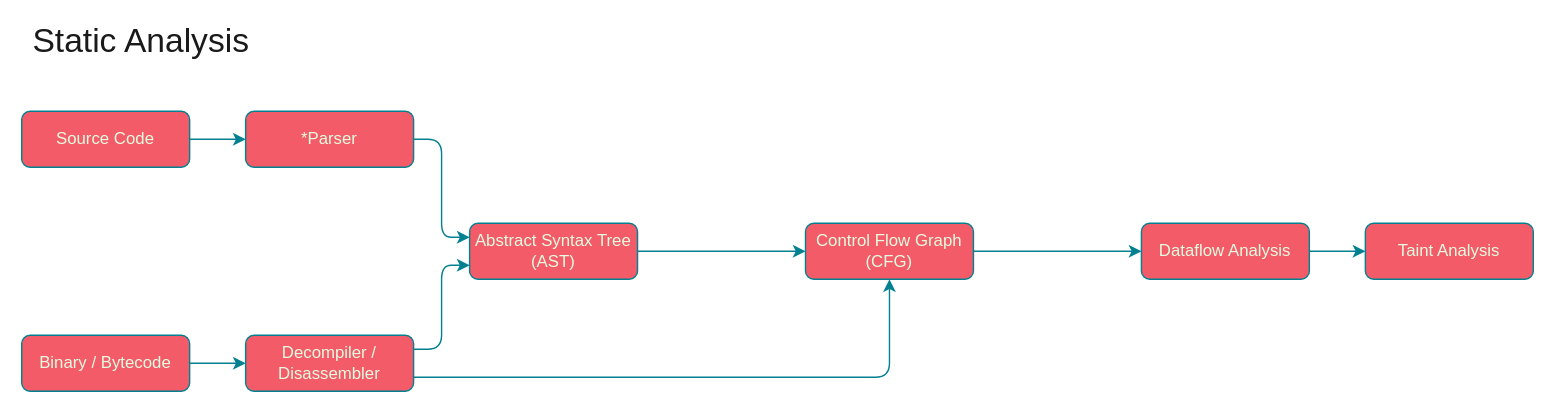
Earlier version of the draw.io export presentations/2021-09-Defcon44131/assets/static-code-analysis-pipelines.svg (GeekMasher/presentations). Source tidied: cells renumbered, new cells last; positions are measured from the earlier drawing's top-left corner, leaving out a move shared by most shapes. Its diagram source:
```xml
<mxGraphModel background="#114B5F">
  <root>
    <mxCell id="0" />
    <mxCell id="1" parent="0" />
    <mxCell id="2" style="edgeStyle=orthogonalEdgeStyle;curved=0;rounded=1;sketch=0;jettySize=auto;html=1;exitX=1;exitY=0.5;exitDx=0;exitDy=0;entryX=0;entryY=0.5;entryDx=0;entryDy=0;fontColor=#E4FDE1;strokeColor=#028090;fillColor=#F45B69;" parent="1" edge="1" source="3" target="15">
      <mxGeometry relative="1" as="geometry" />
    </mxCell>
    <mxCell id="3" value="Source Code" style="rounded=1;whiteSpace=wrap;html=1;sketch=0;fillColor=#F45B69;strokeColor=#028090;fontColor=#E4FDE1;" parent="1" vertex="1">
      <mxGeometry y="60" width="120" height="40" as="geometry" />
    </mxCell>
    <mxCell id="4" style="edgeStyle=orthogonalEdgeStyle;curved=0;rounded=1;sketch=0;jettySize=auto;html=1;exitX=1;exitY=0.5;exitDx=0;exitDy=0;entryX=0;entryY=0.5;entryDx=0;entryDy=0;fontColor=#E4FDE1;strokeColor=#028090;fillColor=#F45B69;labelBackgroundColor=#114B5F;" parent="1" edge="1" source="5" target="7">
      <mxGeometry relative="1" as="geometry" />
    </mxCell>
    <mxCell id="5" value="Abstract Syntax Tree&lt;br&gt;(AST)" style="rounded=1;whiteSpace=wrap;html=1;sketch=0;fillColor=#F45B69;strokeColor=#028090;fontColor=#E4FDE1;" parent="1" vertex="1">
      <mxGeometry x="320" y="140" width="120" height="40" as="geometry" />
    </mxCell>
    <mxCell id="6" style="edgeStyle=orthogonalEdgeStyle;curved=0;rounded=1;sketch=0;jettySize=auto;html=1;entryX=0;entryY=0.5;entryDx=0;entryDy=0;fontColor=#E4FDE1;strokeColor=#028090;fillColor=#F45B69;exitX=1;exitY=0.5;exitDx=0;exitDy=0;labelBackgroundColor=#114B5F;" parent="1" edge="1" source="10" target="9">
      <mxGeometry relative="1" as="geometry" />
    </mxCell>
    <mxCell id="7" value="Control Flow Graph&lt;br&gt;(CFG)" style="rounded=1;whiteSpace=wrap;html=1;sketch=0;fillColor=#F45B69;strokeColor=#028090;fontColor=#E4FDE1;" parent="1" vertex="1">
      <mxGeometry x="560" y="140" width="120" height="40" as="geometry" />
    </mxCell>
    <mxCell id="8" style="edgeStyle=orthogonalEdgeStyle;curved=0;rounded=1;sketch=0;jettySize=auto;html=1;exitX=1;exitY=0.5;exitDx=0;exitDy=0;entryX=0;entryY=0.5;entryDx=0;entryDy=0;fontColor=#E4FDE1;strokeColor=#028090;fillColor=#F45B69;labelBackgroundColor=#114B5F;" parent="1" edge="1" source="7" target="10">
      <mxGeometry relative="1" as="geometry" />
    </mxCell>
    <mxCell id="9" value="Taint Analysis" style="rounded=1;whiteSpace=wrap;html=1;sketch=0;fillColor=#F45B69;strokeColor=#028090;fontColor=#E4FDE1;" parent="1" vertex="1">
      <mxGeometry x="960" y="140" width="120" height="40" as="geometry" />
    </mxCell>
    <mxCell id="10" value="Dataflow Analysis" style="rounded=1;whiteSpace=wrap;html=1;sketch=0;fillColor=#F45B69;strokeColor=#028090;fontColor=#E4FDE1;" parent="1" vertex="1">
      <mxGeometry x="800" y="140" width="120" height="40" as="geometry" />
    </mxCell>
    <mxCell id="11" value="&lt;font color=&quot;#1a1a1a&quot;&gt;&lt;span style=&quot;font-size: 24px&quot;&gt;Static Analysis&lt;/span&gt;&lt;/font&gt;" style="text;html=1;align=center;verticalAlign=middle;strokeColor=none;fontColor=#E4FDE1;" parent="1" vertex="1">
      <mxGeometry width="170" height="20" as="geometry" />
    </mxCell>
    <mxCell id="12" style="edgeStyle=orthogonalEdgeStyle;curved=0;rounded=1;sketch=0;jettySize=auto;html=1;exitX=1;exitY=0.5;exitDx=0;exitDy=0;entryX=0;entryY=0.5;entryDx=0;entryDy=0;fontColor=#E4FDE1;strokeColor=#028090;fillColor=#F45B69;" parent="1" edge="1" source="13" target="18">
      <mxGeometry relative="1" as="geometry" />
    </mxCell>
    <mxCell id="13" value="Binary / Bytecode" style="rounded=1;whiteSpace=wrap;html=1;sketch=0;fillColor=#F45B69;strokeColor=#028090;fontColor=#E4FDE1;" parent="1" vertex="1">
      <mxGeometry y="220" width="120" height="40" as="geometry" />
    </mxCell>
    <mxCell id="14" style="edgeStyle=orthogonalEdgeStyle;curved=0;rounded=1;sketch=0;jettySize=auto;html=1;exitX=1;exitY=0.5;exitDx=0;exitDy=0;entryX=0;entryY=0.25;entryDx=0;entryDy=0;fontColor=#E4FDE1;strokeColor=#028090;fillColor=#F45B69;" parent="1" edge="1" source="15" target="5">
      <mxGeometry relative="1" as="geometry" />
    </mxCell>
    <mxCell id="15" value="*Parser" style="rounded=1;whiteSpace=wrap;html=1;sketch=0;fillColor=#F45B69;strokeColor=#028090;fontColor=#E4FDE1;" parent="1" vertex="1">
      <mxGeometry x="160" y="60" width="120" height="40" as="geometry" />
    </mxCell>
    <mxCell id="16" style="edgeStyle=orthogonalEdgeStyle;curved=0;rounded=1;sketch=0;jettySize=auto;html=1;exitX=1;exitY=0.25;exitDx=0;exitDy=0;entryX=0;entryY=0.75;entryDx=0;entryDy=0;fontColor=#E4FDE1;strokeColor=#028090;fillColor=#F45B69;" parent="1" edge="1" source="18" target="5">
      <mxGeometry relative="1" as="geometry" />
    </mxCell>
    <mxCell id="17" style="edgeStyle=orthogonalEdgeStyle;curved=0;rounded=1;sketch=0;jettySize=auto;html=1;exitX=1;exitY=0.75;exitDx=0;exitDy=0;entryX=0.5;entryY=1;entryDx=0;entryDy=0;fontColor=#E4FDE1;strokeColor=#028090;fillColor=#F45B69;" parent="1" edge="1" source="18" target="7">
      <mxGeometry relative="1" as="geometry" />
    </mxCell>
    <mxCell id="18" value="Decompiler / Disassembler" style="rounded=1;whiteSpace=wrap;html=1;sketch=0;fillColor=#F45B69;strokeColor=#028090;fontColor=#E4FDE1;" parent="1" vertex="1">
      <mxGeometry x="160" y="220" width="120" height="40" as="geometry" />
    </mxCell>
  </root>
</mxGraphModel>
```
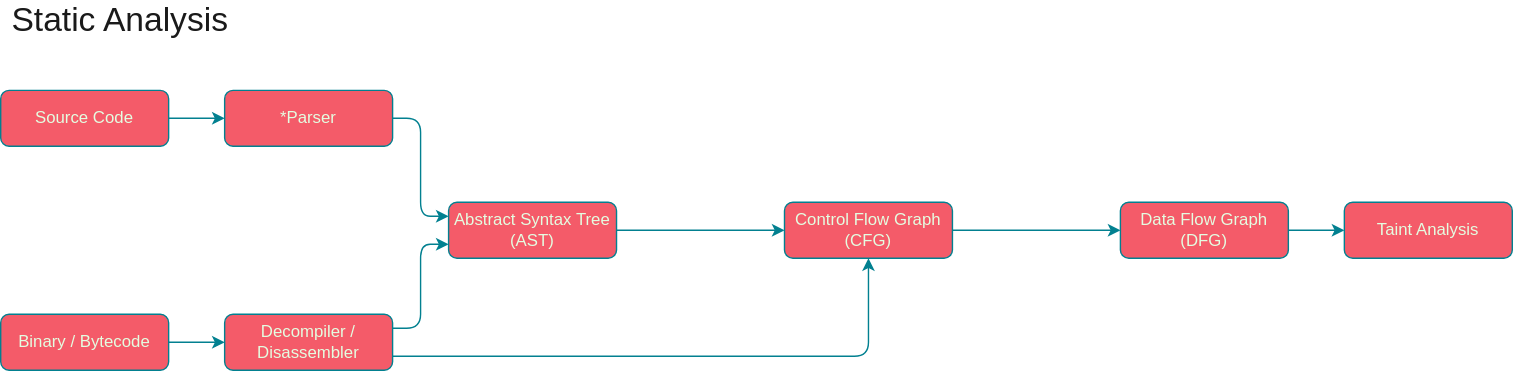
The same diagram one commit later.

Change to the diagram source:
```diff
@@ -26,7 +26,7 @@
     <mxCell id="9" value="Taint Analysis" style="rounded=1;whiteSpace=wrap;html=1;sketch=0;fillColor=#F45B69;strokeColor=#028090;fontColor=#E4FDE1;" parent="1" vertex="1">
       <mxGeometry x="960" y="140" width="120" height="40" as="geometry" />
     </mxCell>
-    <mxCell id="10" value="Dataflow Analysis" style="rounded=1;whiteSpace=wrap;html=1;sketch=0;fillColor=#F45B69;strokeColor=#028090;fontColor=#E4FDE1;" parent="1" vertex="1">
+    <mxCell id="10" value="Data Flow Graph&lt;br&gt;(DFG)" style="rounded=1;whiteSpace=wrap;html=1;sketch=0;fillColor=#F45B69;strokeColor=#028090;fontColor=#E4FDE1;" parent="1" vertex="1">
       <mxGeometry x="800" y="140" width="120" height="40" as="geometry" />
     </mxCell>
     <mxCell id="11" value="&lt;font color=&quot;#1a1a1a&quot;&gt;&lt;span style=&quot;font-size: 24px&quot;&gt;Static Analysis&lt;/span&gt;&lt;/font&gt;" style="text;html=1;align=center;verticalAlign=middle;strokeColor=none;fontColor=#E4FDE1;" parent="1" vertex="1">
```
